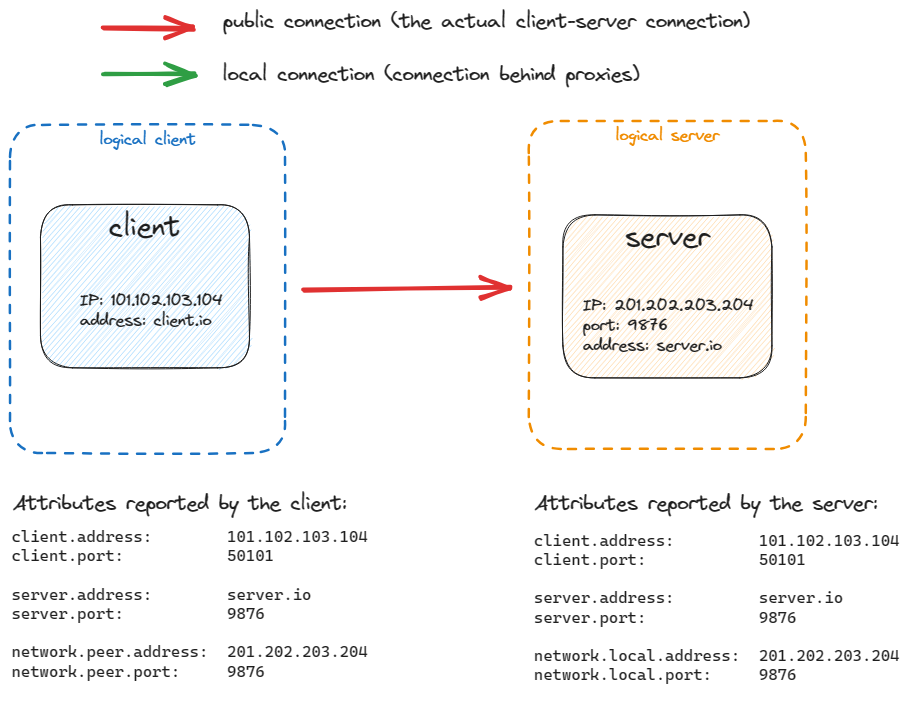
This is docs/general/simple.png from open-telemetry/semantic-conventions, a Excalidraw export, as it was before one commit. Source tidied: one line per element, renumbered; positions are measured from the earlier drawing's top-left corner, leaving out a move shared by most shapes.
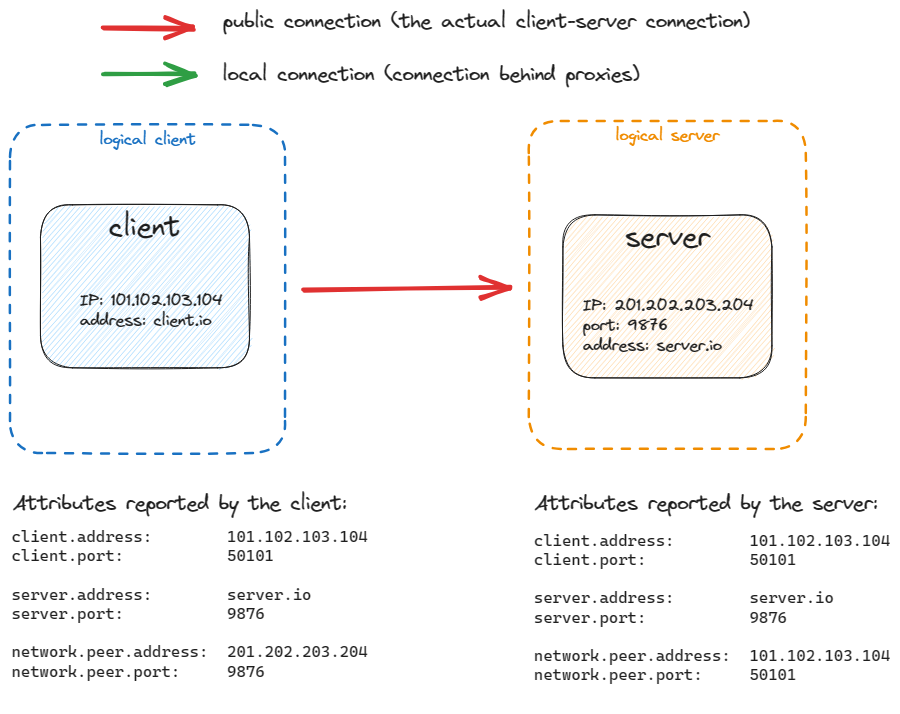
The same file after the commit.

What changed in the source:
```diff
@@ -15,5 +15,5 @@
 {"id": 14, "type": "text", "text": "local connection (connection behind proxies)", "strokeColor": "#1e1e1e", "backgroundColor": "#ffd8a8", "fillStyle": "hachure", "strokeWidth": 2, "roughness": 1, "fontSize": 20, "fontFamily": 1, "x": 212, "y": 53, "width": 417, "height": 25}
 {"id": 15, "type": "text", "text": "client.address:        101.102.103.104\nclient.port:           50101\n\nserver.address:        server.io\nserver.port:           9876\n\nnetwork.peer.address:  201.202.203.204\nnetwork.peer.port:     9876", "strokeColor": "#1e1e1e", "backgroundColor": "#a5d8ff", "fillStyle": "hachure", "strokeWidth": 1, "roughness": 1, "fontSize": 16, "fontFamily": 3, "x": 1, "y": 518, "width": 356, "height": 154}
 {"id": 16, "type": "text", "text": "Attributes reported by the client:", "strokeColor": "#1e1e1e", "backgroundColor": "#a5d8ff", "fillStyle": "hachure", "strokeWidth": 1, "roughness": 1, "fontSize": 20, "fontFamily": 1, "x": 3, "y": 482, "width": 334, "height": 25}
-{"id": 17, "type": "text", "text": "client.address:         101.102.103.104\nclient.port:            50101\n\nserver.address:         server.io\nserver.port:            9876\n\nnetwork.local.address:  201.202.203.204\nnetwork.local.port:     9876\n", "strokeColor": "#1e1e1e", "backgroundColor": "#a5d8ff", "fillStyle": "hachure", "strokeWidth": 1, "roughness": 1, "fontSize": 16, "fontFamily": 3, "x": 524, "y": 521, "width": 366, "height": 173}
+{"id": 17, "type": "text", "text": "client.address:        101.102.103.104\nclient.port:           50101\n\nserver.address:        server.io\nserver.port:           9876\n\nnetwork.peer.address:  101.102.103.104\nnetwork.peer.port:     50101\n", "strokeColor": "#1e1e1e", "backgroundColor": "#a5d8ff", "fillStyle": "hachure", "strokeWidth": 1, "roughness": 1, "fontSize": 16, "fontFamily": 3, "x": 524, "y": 521, "width": 356, "height": 173}
 {"id": 18, "type": "text", "text": "Attributes reported by the server:", "strokeColor": "#1e1e1e", "backgroundColor": "#a5d8ff", "fillStyle": "hachure", "strokeWidth": 1, "roughness": 1, "fontSize": 20, "fontFamily": 1, "x": 525, "y": 482, "width": 343, "height": 25}
```
